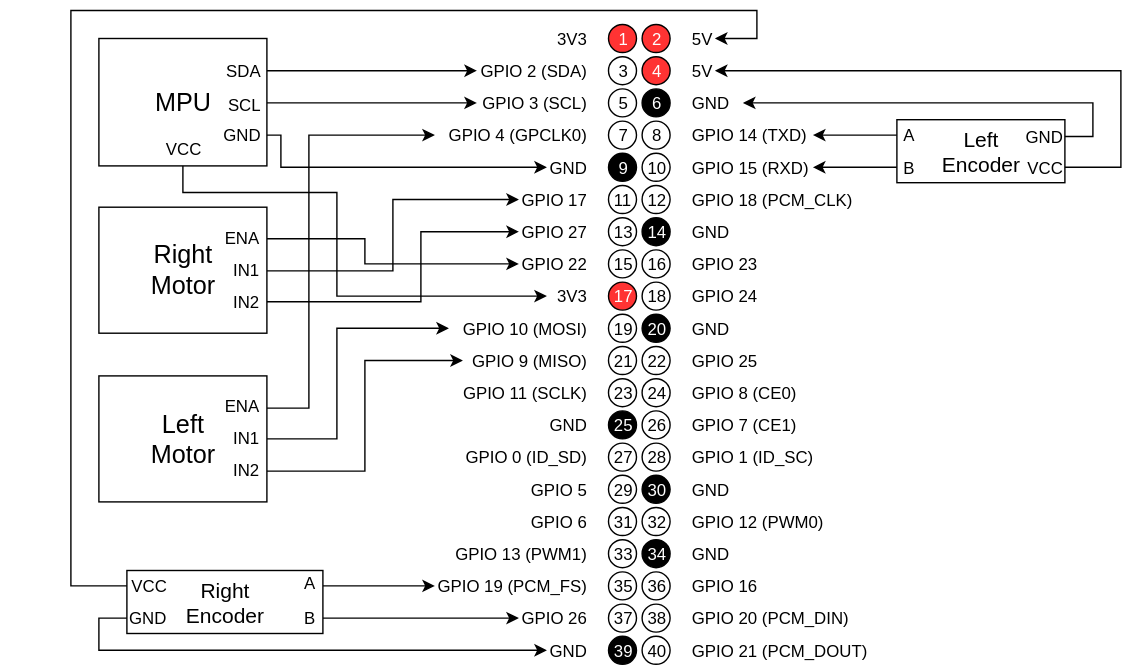
Earlier version of the draw.io export pinout.drawio.svg (jschirrmacher/zerberus). Source tidied: cells renumbered, new cells last; positions are measured from the earlier drawing's top-left corner, leaving out a move shared by most shapes.
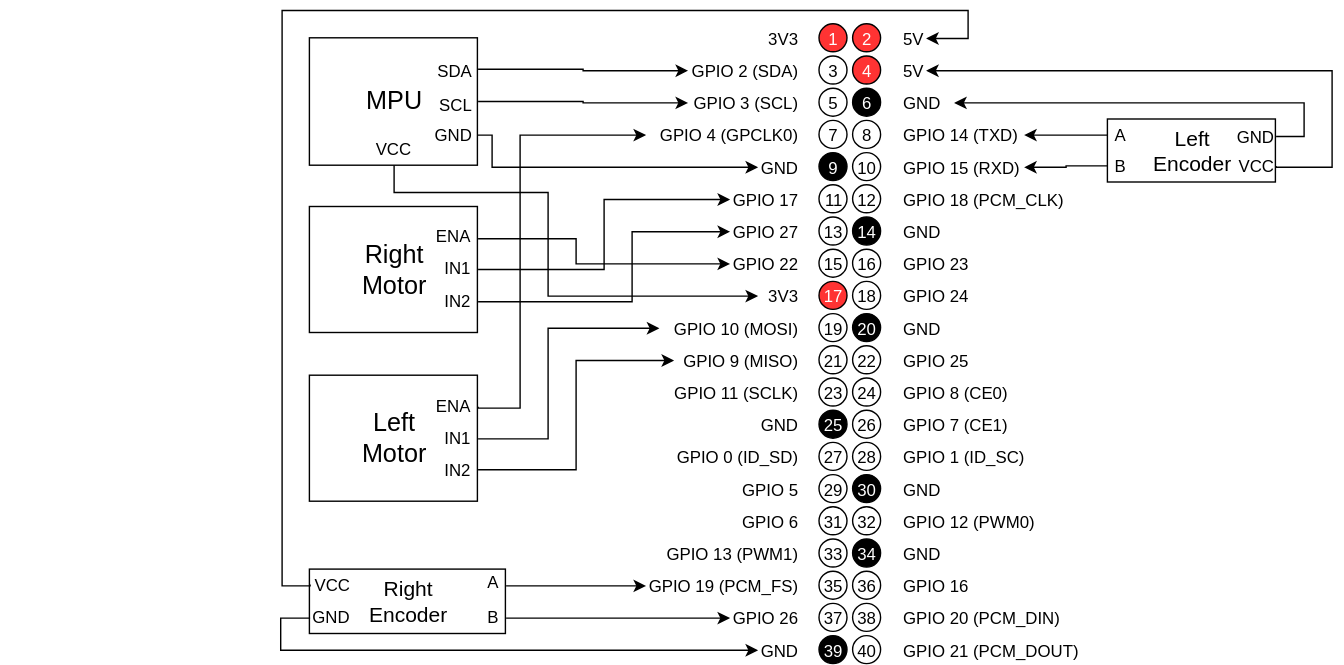
Later version of the same file.

Commit message:
White background for pinout diagram

Diff of the diagram source:
```diff
@@ -1,4 +1,4 @@
-<mxGraphModel>
+<mxGraphModel background="#FFFFFF">
   <root>
     <mxCell id="0" />
     <mxCell id="1" parent="0" />
@@ -315,16 +315,16 @@
       </mxGeometry>
     </mxCell>
     <mxCell id="99" style="group;fontSize=12;" parent="1" vertex="1">
-      <mxGeometry y="330" width="180" height="90" as="geometry" />
+      <mxGeometry x="-150.5" y="310" width="180" height="90" as="geometry" />
     </mxCell>
     <mxCell id="100" style="group;" parent="99" vertex="1">
-      <mxGeometry x="110" y="60" width="120" height="55" as="geometry" />
+      <mxGeometry x="240.5" y="79.5" width="120" height="55" as="geometry" />
     </mxCell>
     <mxCell id="101" style="group;" parent="100" vertex="1">
       <mxGeometry width="120" height="55" as="geometry" />
     </mxCell>
     <mxCell id="102" value="&lt;font style=&quot;font-size: 15px&quot;&gt;Right&lt;br&gt;Encoder&lt;/font&gt;" style="rounded=0;whiteSpace=wrap;html=1;" parent="101" vertex="1">
-      <mxGeometry x="-20" y="10" width="140" height="45" as="geometry" />
+      <mxGeometry x="-20" y="10" width="140" height="46" as="geometry" />
     </mxCell>
     <mxCell id="103" value="A" style="text;html=1;strokeColor=none;fillColor=none;align=right;verticalAlign=middle;whiteSpace=wrap;rounded=0;" parent="101" vertex="1">
       <mxGeometry x="96" y="8.9" width="20" height="19.7" as="geometry" />
@@ -408,8 +408,8 @@
     <mxCell id="126" style="edgeStyle=orthogonalEdgeStyle;rounded=0;jettySize=auto;html=1;exitX=0;exitY=0.75;exitDx=0;exitDy=0;entryX=0;entryY=0.5;entryDx=0;entryDy=0;fontSize=12;" parent="1" edge="1" source="102" target="56">
       <mxGeometry relative="1" as="geometry">
         <Array as="points">
-          <mxPoint x="70" y="434" />
-          <mxPoint x="70" y="457" />
+          <mxPoint x="49.5" y="434.5" />
+          <mxPoint x="49.5" y="457.5" />
         </Array>
       </mxGeometry>
     </mxCell>
```
